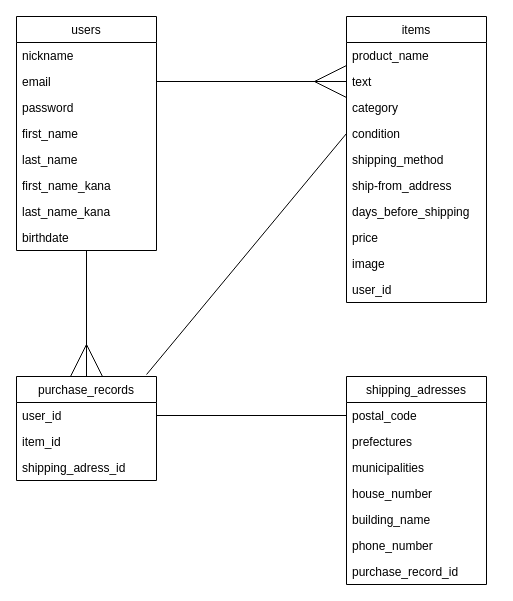
Above: furima.dio in kzk00001/furima-36233 (draw.io), before the change. Source tidied: cells renumbered, new cells numbered last; positions are measured from the earlier drawing's top-left corner, leaving out a move shared by most shapes. Both pictures are drawn from the tidied source at 100%, with x=0, y=0 at pixel (16, 16).
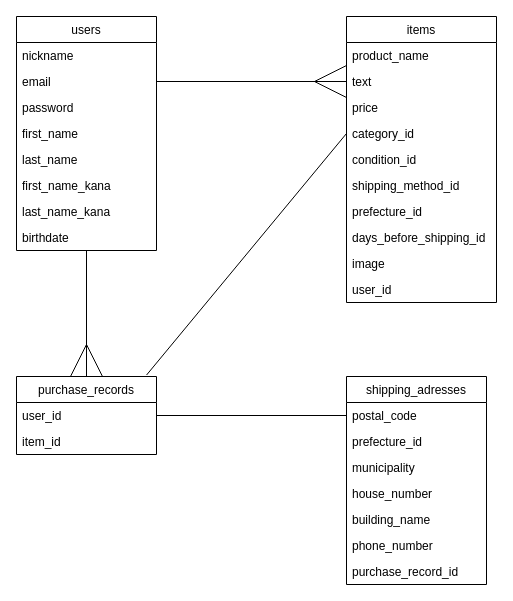
Above is the later version.

Commit message (it also covers changes not shown here):
ER図とREADMEの修正

The change refers to these unchanged cells:
```xml
<mxCell id="27" value="shipping_adresses" style="swimlane;fontStyle=0;horizontal=1;startSize=26;" parent="1" vertex="1">
  <mxGeometry x="330" y="360" width="140" height="208" as="geometry" />
</mxCell>
```

Diff of the diagram source:
```diff
@@
     <mxCell id="11" value="items" style="swimlane;fontStyle=0;horizontal=1;startSize=26;" parent="1" vertex="1">
-      <mxGeometry x="330" width="140" height="286" as="geometry" />
+      <mxGeometry x="330" width="150" height="286" as="geometry" />
     </mxCell>
     <mxCell id="12" value="product_name" style="text;strokeColor=none;fillColor=none;align=left;verticalAlign=top;spacingLeft=4;spacingRight=4;overflow=hidden;" parent="11" vertex="1">
-      <mxGeometry y="26" width="140" height="26" as="geometry" />
+      <mxGeometry y="26" width="150" height="26" as="geometry" />
     </mxCell>
     <mxCell id="13" value="text" style="text;strokeColor=none;fillColor=none;align=left;verticalAlign=top;spacingLeft=4;spacingRight=4;overflow=hidden;points=[[0,0.5],[1,0.5]];portConstraint=eastwest;" parent="11" vertex="1">
-      <mxGeometry y="52" width="140" height="26" as="geometry" />
+      <mxGeometry y="52" width="150" height="26" as="geometry" />
     </mxCell>
-    <mxCell id="14" value="category" style="text;strokeColor=none;fillColor=none;align=left;verticalAlign=top;spacingLeft=4;spacingRight=4;overflow=hidden;" parent="11" vertex="1">
-      <mxGeometry y="78" width="140" height="26" as="geometry" />
+    <mxCell id="14" value="price" style="text;strokeColor=none;fillColor=none;align=left;verticalAlign=top;spacingLeft=4;spacingRight=4;overflow=hidden;" parent="11" vertex="1">
+      <mxGeometry y="78" width="150" height="26" as="geometry" />
     </mxCell>
-    <mxCell id="15" value="condition" style="text;strokeColor=none;fillColor=none;align=left;verticalAlign=top;spacingLeft=4;spacingRight=4;overflow=hidden;points=[[0,0.5],[1,0.5]];portConstraint=eastwest;" parent="11" vertex="1">
-      <mxGeometry y="104" width="140" height="26" as="geometry" />
+    <mxCell id="15" value="category_id" style="text;strokeColor=none;fillColor=none;align=left;verticalAlign=top;spacingLeft=4;spacingRight=4;overflow=hidden;points=[[0,0.5],[1,0.5]];portConstraint=eastwest;" parent="11" vertex="1">
+      <mxGeometry y="104" width="150" height="26" as="geometry" />
     </mxCell>
-    <mxCell id="16" value="shipping_method" style="text;strokeColor=none;fillColor=none;align=left;verticalAlign=top;spacingLeft=4;spacingRight=4;overflow=hidden;" parent="11" vertex="1">
-      <mxGeometry y="130" width="140" height="26" as="geometry" />
+    <mxCell id="16" value="condition_id" style="text;strokeColor=none;fillColor=none;align=left;verticalAlign=top;spacingLeft=4;spacingRight=4;overflow=hidden;" parent="11" vertex="1">
+      <mxGeometry y="130" width="150" height="26" as="geometry" />
     </mxCell>
-    <mxCell id="17" value="ship-from_address" style="text;strokeColor=none;fillColor=none;align=left;verticalAlign=top;spacingLeft=4;spacingRight=4;overflow=hidden;" parent="11" vertex="1">
-      <mxGeometry y="156" width="140" height="26" as="geometry" />
+    <mxCell id="17" value="shipping_method_id" style="text;strokeColor=none;fillColor=none;align=left;verticalAlign=top;spacingLeft=4;spacingRight=4;overflow=hidden;" parent="11" vertex="1">
+      <mxGeometry y="156" width="150" height="26" as="geometry" />
     </mxCell>
-    <mxCell id="18" value="days_before_shipping" style="text;strokeColor=none;fillColor=none;align=left;verticalAlign=top;spacingLeft=4;spacingRight=4;overflow=hidden;fontStyle=0;" parent="11" vertex="1">
-      <mxGeometry y="182" width="140" height="26" as="geometry" />
+    <mxCell id="18" value="prefecture_id" style="text;strokeColor=none;fillColor=none;align=left;verticalAlign=top;spacingLeft=4;spacingRight=4;overflow=hidden;fontStyle=0;" parent="11" vertex="1">
+      <mxGeometry y="182" width="150" height="26" as="geometry" />
     </mxCell>
-    <mxCell id="19" value="price" style="text;strokeColor=none;fillColor=none;align=left;verticalAlign=top;spacingLeft=4;spacingRight=4;overflow=hidden;" parent="11" vertex="1">
-      <mxGeometry y="208" width="140" height="26" as="geometry" />
+    <mxCell id="19" value="days_before_shipping_id" style="text;strokeColor=none;fillColor=none;align=left;verticalAlign=top;spacingLeft=4;spacingRight=4;overflow=hidden;" parent="11" vertex="1">
+      <mxGeometry y="208" width="150" height="26" as="geometry" />
     </mxCell>
     <mxCell id="20" value="image" style="text;strokeColor=none;fillColor=none;align=left;verticalAlign=top;spacingLeft=4;spacingRight=4;overflow=hidden;" parent="11" vertex="1">
-      <mxGeometry y="234" width="140" height="26" as="geometry" />
+      <mxGeometry y="234" width="150" height="26" as="geometry" />
     </mxCell>
     <mxCell id="21" value="user_id" style="text;strokeColor=none;fillColor=none;align=left;verticalAlign=top;spacingLeft=4;spacingRight=4;overflow=hidden;" parent="11" vertex="1">
-      <mxGeometry y="260" width="140" height="26" as="geometry" />
+      <mxGeometry y="260" width="150" height="26" as="geometry" />
     </mxCell>
     <mxCell id="22" value="purchase_records" style="swimlane;fontStyle=0;horizontal=1;startSize=26;" parent="1" vertex="1">
-      <mxGeometry y="360" width="140" height="104" as="geometry" />
+      <mxGeometry y="360" width="140" height="78" as="geometry" />
     </mxCell>
@@
-    <mxCell id="25" value="shipping_adress_id" style="text;strokeColor=none;fillColor=none;align=left;verticalAlign=top;spacingLeft=4;spacingRight=4;overflow=hidden;" parent="22" vertex="1">
-      <mxGeometry y="78" width="140" height="26" as="geometry" />
-    </mxCell>
@@
-    <mxCell id="29" value="prefectures" style="text;strokeColor=none;fillColor=none;align=left;verticalAlign=top;spacingLeft=4;spacingRight=4;overflow=hidden;" parent="27" vertex="1">
+    <mxCell id="29" value="prefecture_id" style="text;strokeColor=none;fillColor=none;align=left;verticalAlign=top;spacingLeft=4;spacingRight=4;overflow=hidden;" parent="27" vertex="1">
       <mxGeometry y="52" width="140" height="26" as="geometry" />
     </mxCell>
-    <mxCell id="30" value="municipalities" style="text;strokeColor=none;fillColor=none;align=left;verticalAlign=top;spacingLeft=4;spacingRight=4;overflow=hidden;" parent="27" vertex="1">
+    <mxCell id="30" value="municipality" style="text;strokeColor=none;fillColor=none;align=left;verticalAlign=top;spacingLeft=4;spacingRight=4;overflow=hidden;" parent="27" vertex="1">
       <mxGeometry y="78" width="140" height="26" as="geometry" />
     </mxCell>
```
